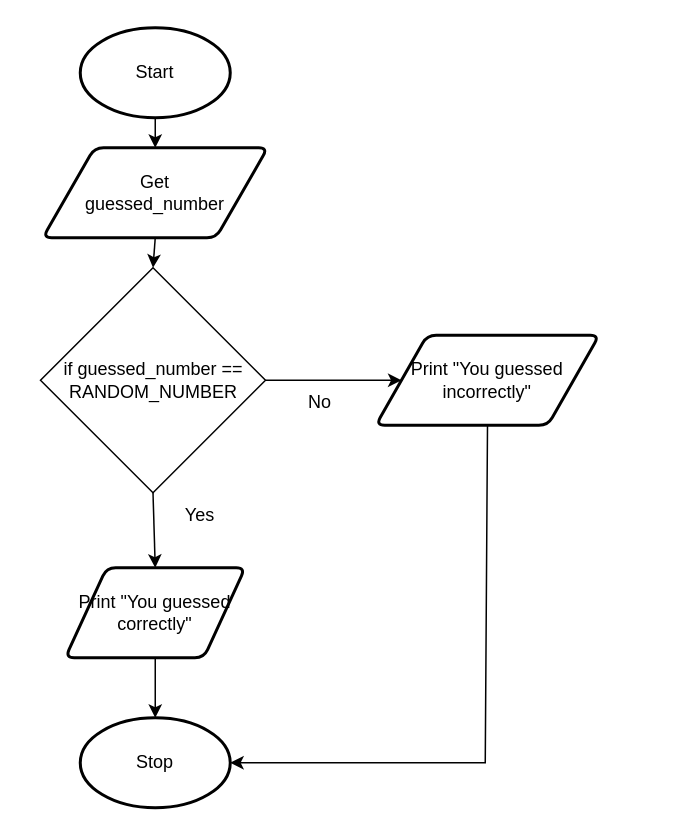
The draw.io diagram drawio/flowchart/flowchart.drawio in Aidan-Lalonde-Novales/ICS3U-Unit3-02-Python, before the edit. Source tidied: cells renumbered, new cells numbered last; positions are measured from the earlier drawing's top-left corner, leaving out a move shared by most shapes. Both pictures are drawn from the tidied source at 150%, with x=0, y=0 at pixel (40, 27).
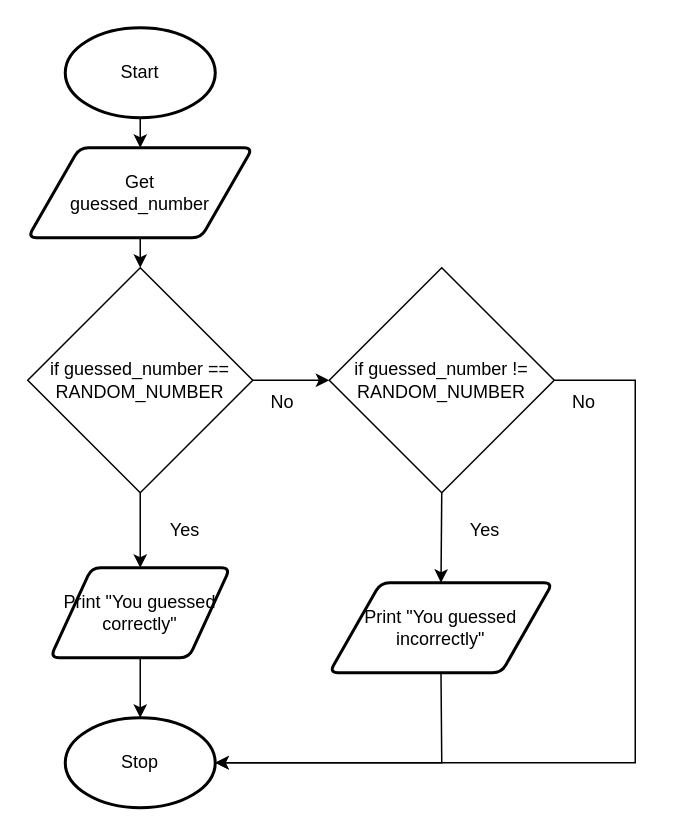
The same page after the edit.

What changed in the source:
```diff
@@
     <mxCell id="3" value="Start" style="strokeWidth=2;html=1;shape=mxgraph.flowchart.start_1;whiteSpace=wrap;" parent="1" vertex="1">
-      <mxGeometry x="26" width="100" height="60" as="geometry" />
+      <mxGeometry x="16" width="100" height="60" as="geometry" />
     </mxCell>
@@
     <mxCell id="5" value="Get&lt;br&gt;guessed_number" style="shape=parallelogram;html=1;strokeWidth=2;perimeter=parallelogramPerimeter;whiteSpace=wrap;rounded=1;arcSize=12;size=0.23;" parent="1" vertex="1">
-      <mxGeometry x="1" y="80" width="150" height="60" as="geometry" />
+      <mxGeometry x="-9" y="80" width="150" height="60" as="geometry" />
     </mxCell>
@@
     <mxCell id="7" value="Print &quot;You guessed correctly&quot;" style="shape=parallelogram;html=1;strokeWidth=2;perimeter=parallelogramPerimeter;whiteSpace=wrap;rounded=1;arcSize=12;size=0.23;" parent="1" vertex="1">
-      <mxGeometry x="16" y="360" width="120" height="60" as="geometry" />
+      <mxGeometry x="6" y="360" width="120" height="60" as="geometry" />
     </mxCell>
     <mxCell id="8" value="Stop" style="strokeWidth=2;html=1;shape=mxgraph.flowchart.start_1;whiteSpace=wrap;" parent="1" vertex="1">
-      <mxGeometry x="26" y="460" width="100" height="60" as="geometry" />
+      <mxGeometry x="16" y="460" width="100" height="60" as="geometry" />
     </mxCell>
     <mxCell id="9" value="Yes" style="text;html=1;strokeColor=none;fillColor=none;align=center;verticalAlign=middle;whiteSpace=wrap;rounded=0;" parent="1" vertex="1">
-      <mxGeometry x="86" y="310" width="40" height="30" as="geometry" />
+      <mxGeometry x="76" y="320" width="40" height="30" as="geometry" />
     </mxCell>
     <mxCell id="10" style="edgeStyle=none;html=1;exitX=0.5;exitY=1;exitDx=0;exitDy=0;entryX=1;entryY=0.5;entryDx=0;entryDy=0;entryPerimeter=0;rounded=0;" parent="1" edge="1" source="11" target="8">
       <mxGeometry relative="1" as="geometry">
         <Array as="points">
-          <mxPoint x="296" y="490" />
+          <mxPoint x="267" y="490" />
         </Array>
       </mxGeometry>
     </mxCell>
     <mxCell id="11" value="Print &quot;You guessed incorrectly&quot;" style="shape=parallelogram;html=1;strokeWidth=2;perimeter=parallelogramPerimeter;whiteSpace=wrap;rounded=1;arcSize=12;size=0.23;" parent="1" vertex="1">
-      <mxGeometry x="223" y="205" width="149" height="60" as="geometry" />
+      <mxGeometry x="192" y="370" width="149" height="60" as="geometry" />
     </mxCell>
     <mxCell id="12" value="No" style="text;html=1;strokeColor=none;fillColor=none;align=center;verticalAlign=middle;whiteSpace=wrap;rounded=0;" parent="1" vertex="1">
-      <mxGeometry x="166" y="235" width="40" height="30" as="geometry" />
+      <mxGeometry x="141" y="235" width="40" height="30" as="geometry" />
     </mxCell>
@@
+    <mxCell id="16" style="edgeStyle=none;html=1;exitX=1;exitY=0.5;exitDx=0;exitDy=0;entryX=0;entryY=0.5;entryDx=0;entryDy=0;" parent="1" edge="1" source="15" target="14">
+      <mxGeometry relative="1" as="geometry" />
+    </mxCell>
+    <mxCell id="15" value="&lt;span&gt;if guessed_number == RANDOM_NUMBER&lt;/span&gt;" style="rhombus;whiteSpace=wrap;html=1;" parent="1" vertex="1">
+      <mxGeometry x="-9" y="160" width="150" height="150" as="geometry" />
+    </mxCell>
+    <mxCell id="17" style="edgeStyle=none;html=1;exitX=0.5;exitY=1;exitDx=0;exitDy=0;entryX=0.5;entryY=0;entryDx=0;entryDy=0;" parent="1" edge="1" source="14" target="11">
+      <mxGeometry relative="1" as="geometry" />
+    </mxCell>
+    <mxCell id="18" style="edgeStyle=none;html=1;exitX=1;exitY=0.5;exitDx=0;exitDy=0;entryX=1;entryY=0.5;entryDx=0;entryDy=0;entryPerimeter=0;rounded=0;" parent="1" edge="1" source="14" target="8">
+      <mxGeometry relative="1" as="geometry">
+        <Array as="points">
+          <mxPoint x="396" y="235" />
+          <mxPoint x="396" y="490" />
+        </Array>
+      </mxGeometry>
+    </mxCell>
-    <mxCell id="14" style="edgeStyle=none;html=1;exitX=1;exitY=0.5;exitDx=0;exitDy=0;entryX=0;entryY=0.5;entryDx=0;entryDy=0;" parent="1" edge="1" source="15" target="11">
-      <mxGeometry relative="1" as="geometry" />
+    <mxCell id="14" value="&lt;span&gt;if guessed_number != RANDOM_NUMBER&lt;/span&gt;" style="rhombus;whiteSpace=wrap;html=1;" parent="1" vertex="1">
+      <mxGeometry x="192" y="160" width="150" height="150" as="geometry" />
     </mxCell>
-    <mxCell id="15" value="&lt;span&gt;if guessed_number == RANDOM_NUMBER&lt;/span&gt;" style="rhombus;whiteSpace=wrap;html=1;" parent="1" vertex="1">
-      <mxGeometry x="-0.5" y="160" width="150" height="150" as="geometry" />
-    </mxCell>
+    <mxCell id="19" value="Yes" style="text;html=1;strokeColor=none;fillColor=none;align=center;verticalAlign=middle;whiteSpace=wrap;rounded=0;" parent="1" vertex="1">
+      <mxGeometry x="276" y="320" width="40" height="30" as="geometry" />
+    </mxCell>
+    <mxCell id="20" value="No" style="text;html=1;strokeColor=none;fillColor=none;align=center;verticalAlign=middle;whiteSpace=wrap;rounded=0;" parent="1" vertex="1">
+      <mxGeometry x="342" y="235" width="40" height="30" as="geometry" />
+    </mxCell>
```
